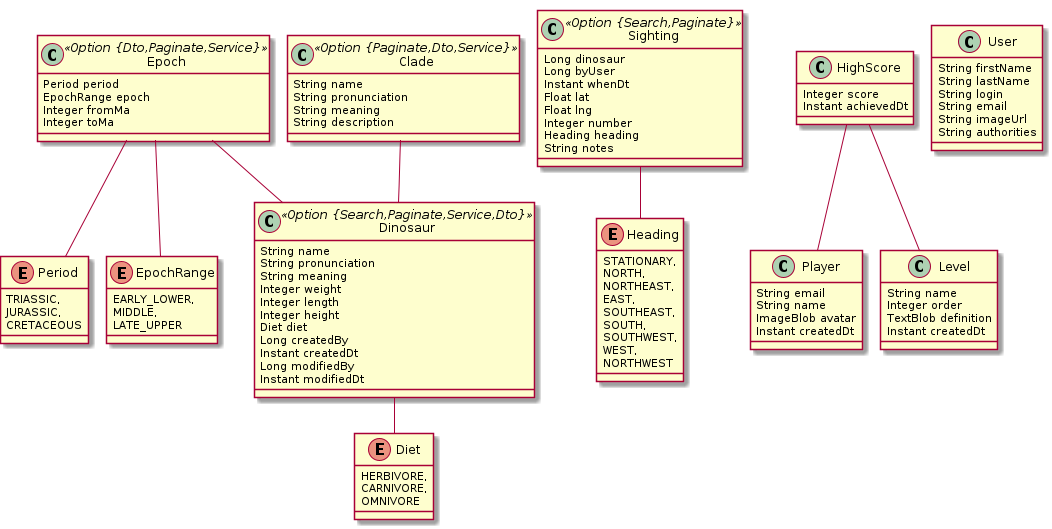
Before: jhipster-microservice-dinosaurs.png, a diagram exported from PlantUML (RatJuggler/jhipster-jdl).
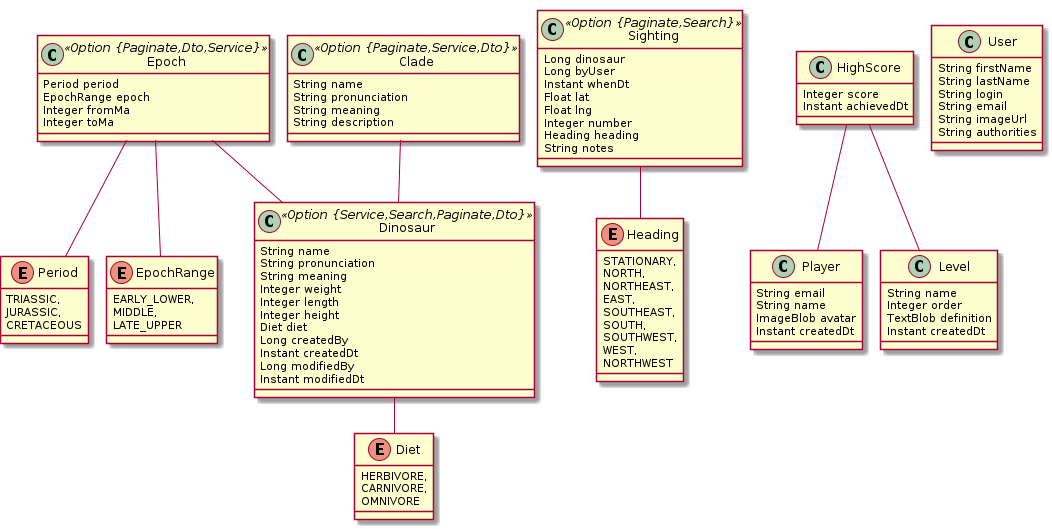
After the commit.

Commit message:
Tweak naming and move Kafka to gateway.

What changed in the source:
```diff
@@ -11,7 +11,7 @@
 		MIDDLE,
 		LATE_UPPER
 	}
-	class Epoch <<Option {Dto,Paginate,Service}>> {
+	class Epoch <<Option {Paginate,Dto,Service}>> {
 		Period period
 		EpochRange epoch
 		Integer fromMa
@@ -19,7 +19,7 @@
 	}
 	Epoch ..> Period
 	Epoch ..> EpochRange
-	class Clade <<Option {Paginate,Dto,Service}>> {
+	class Clade <<Option {Paginate,Service,Dto}>> {
 		String name
 		String pronunciation
 		String meaning
@@ -30,7 +30,7 @@
 		CARNIVORE,
 		OMNIVORE
 	}
-	class Dinosaur <<Option {Search,Paginate,Service,Dto}>> {
+	class Dinosaur <<Option {Service,Search,Paginate,Dto}>> {
 		String name
 		String pronunciation
 		String meaning
@@ -57,7 +57,7 @@
 		WEST,
 		NORTHWEST
 	}
-	class Sighting <<Option {Search,Paginate}>> {
+	class Sighting <<Option {Paginate,Search}>> {
 		Long dinosaur
 		Long byUser
 		Instant whenDt
```
